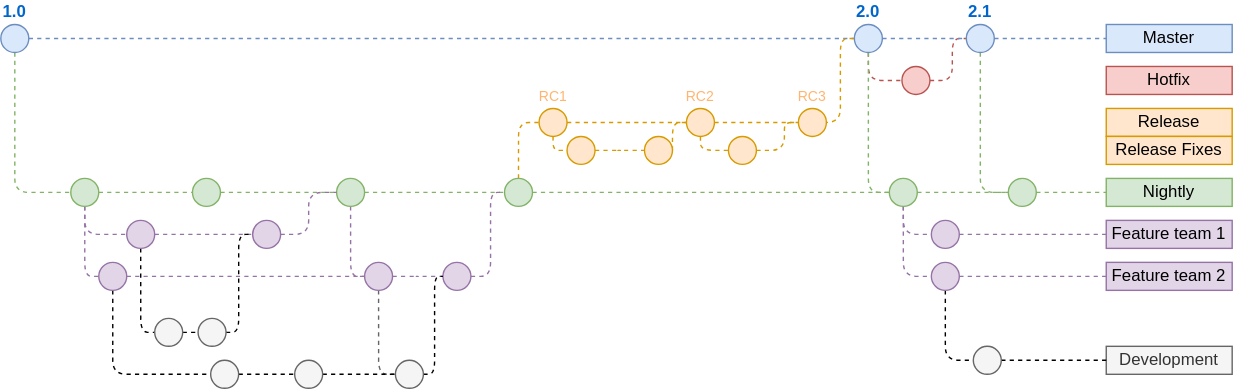
Before: schema.svg, a diagram exported from draw.io (federicobertoldi/test-draw-io). Source tidied: cells renumbered, new cells last; positions are measured from the earlier drawing's top-left corner, leaving out a move shared by most shapes.
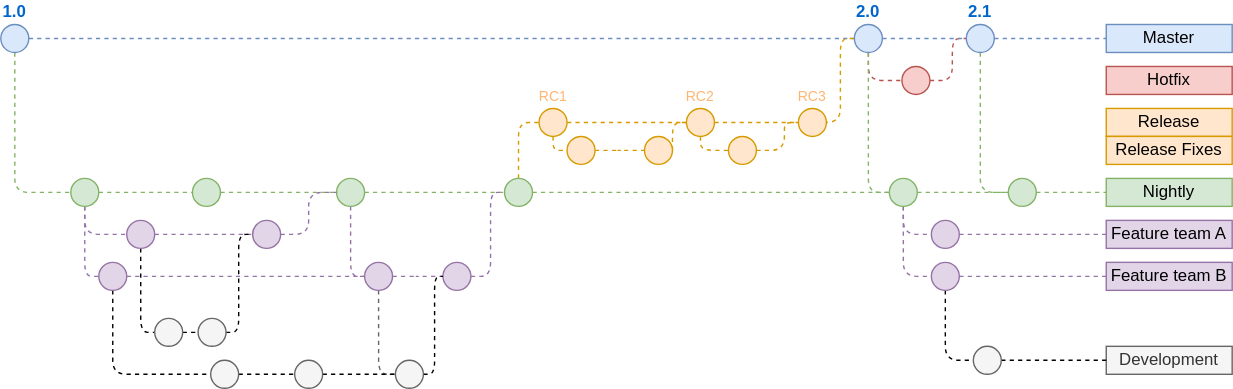
After the change.

What changed in the source:
```diff
@@ -211,10 +211,10 @@
     <mxCell id="48" style="edgeStyle=orthogonalEdgeStyle;rounded=1;jettySize=auto;html=1;dashed=1;endArrow=none;endFill=0;fillColor=#d5e8d4;strokeColor=#82b366;" parent="1" edge="1" source="24" target="67">
       <mxGeometry relative="1" as="geometry" />
     </mxCell>
-    <mxCell id="49" value="Feature team 1" style="text;html=1;strokeColor=#9673a6;fillColor=#e1d5e7;align=center;verticalAlign=middle;whiteSpace=wrap;rounded=0;" parent="1" vertex="1">
+    <mxCell id="49" value="Feature team A" style="text;html=1;strokeColor=#9673a6;fillColor=#e1d5e7;align=center;verticalAlign=middle;whiteSpace=wrap;rounded=0;" parent="1" vertex="1">
       <mxGeometry x="790" y="140" width="90" height="20" as="geometry" />
     </mxCell>
-    <mxCell id="50" value="Feature team 2" style="text;html=1;strokeColor=#9673a6;fillColor=#e1d5e7;align=center;verticalAlign=middle;whiteSpace=wrap;rounded=0;" parent="1" vertex="1">
+    <mxCell id="50" value="Feature team B" style="text;html=1;strokeColor=#9673a6;fillColor=#e1d5e7;align=center;verticalAlign=middle;whiteSpace=wrap;rounded=0;" parent="1" vertex="1">
       <mxGeometry x="790" y="170" width="90" height="20" as="geometry" />
     </mxCell>
     <mxCell id="51" style="edgeStyle=orthogonalEdgeStyle;rounded=1;jettySize=auto;html=1;dashed=1;endArrow=none;endFill=0;fontSize=12;fontColor=#FFB570;jumpStyle=arc;entryX=0;entryY=0.5;entryDx=0;entryDy=0;" parent="1" edge="1" source="52" target="38">
```
